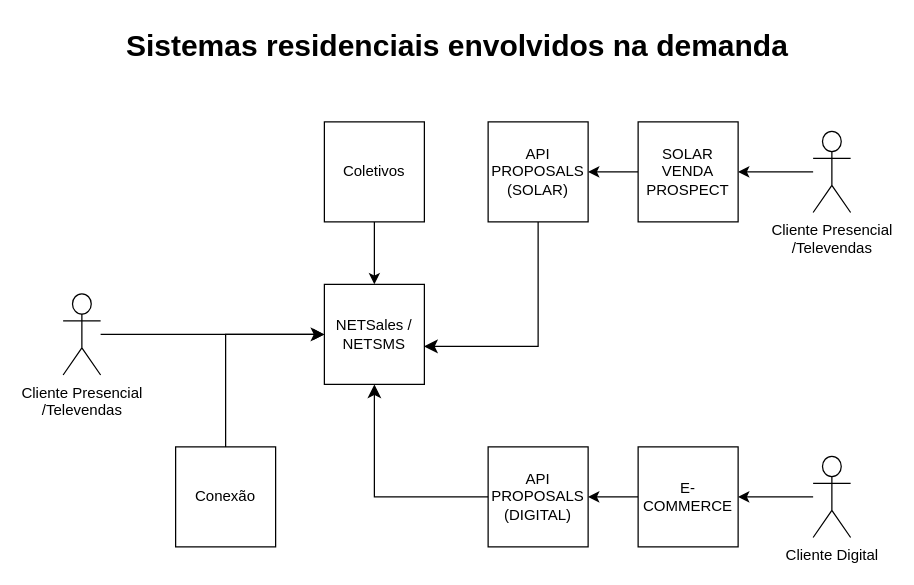
This is page "Sistemas Alto Nível" (1 of 6) of 5GSA.drawio from samirali/ClaroBrasil, a draw.io file, before an edit. Source tidied: cells renumbered, new cells numbered last; positions are measured from the earlier drawing's top-left corner, leaving out a move shared by most shapes. Both pictures are drawn from the tidied source at 125%, with x=0, y=0 at pixel (62, 21).
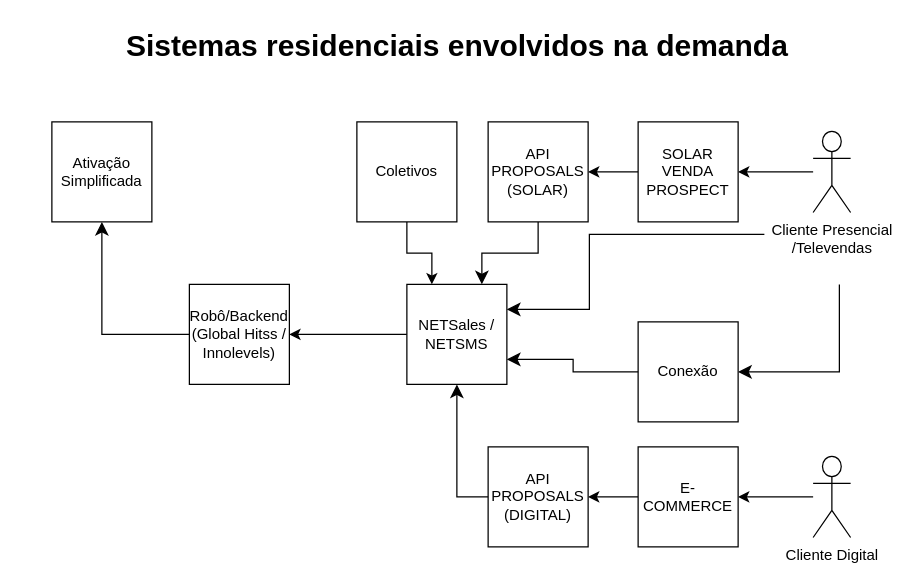
Above is the later version.

Unchanged cells that the change refers to:
```xml
<mxCell id="7" value="API PROPOSALS (SOLAR)" style="whiteSpace=wrap;html=1;" parent="1" vertex="1">
  <mxGeometry x="340" y="80" width="80" height="80" as="geometry" />
</mxCell>
<mxCell id="11" value="API PROPOSALS (DIGITAL)" style="whiteSpace=wrap;html=1;" parent="1" vertex="1">
  <mxGeometry x="340" y="340" width="80" height="80" as="geometry" />
</mxCell>
```

Change to the diagram source:
```diff
@@
+    <mxCell id="22" style="edgeStyle=orthogonalEdgeStyle;rounded=0;jettySize=auto;html=1;entryX=1;entryY=0.5;entryDx=0;entryDy=0;" parent="1" edge="1" source="2" target="24">
+      <mxGeometry relative="1" as="geometry" />
+    </mxCell>
     <mxCell id="2" value="NETSales / &lt;br&gt;NETSMS" style="whiteSpace=wrap;html=1;" parent="1" vertex="1">
-      <mxGeometry x="209" y="210" width="80" height="80" as="geometry" />
+      <mxGeometry x="275" y="210" width="80" height="80" as="geometry" />
     </mxCell>
-    <mxCell id="3" style="edgeStyle=orthogonalEdgeStyle;rounded=0;jettySize=auto;html=1;" parent="1" edge="1" source="4" target="2">
-      <mxGeometry relative="1" as="geometry" />
-    </mxCell>
-    <mxCell id="4" value="Cliente Presencial&lt;br&gt;/Televendas" style="shape=umlActor;verticalLabelPosition=bottom;verticalAlign=top;html=1;" parent="1" vertex="1">
-      <mxGeometry y="217.5" width="30" height="65" as="geometry" />
-    </mxCell>
-    <mxCell id="5" style="edgeStyle=orthogonalEdgeStyle;rounded=0;jettySize=auto;html=1;" parent="1" edge="1" source="6" target="2">
+    <mxCell id="5" style="edgeStyle=orthogonalEdgeStyle;rounded=0;jettySize=auto;html=1;entryX=0.25;entryY=0;entryDx=0;entryDy=0;" parent="1" edge="1" source="6" target="2">
       <mxGeometry relative="1" as="geometry" />
     </mxCell>
     <mxCell id="6" value="Coletivos" style="whiteSpace=wrap;html=1;" parent="1" vertex="1">
-      <mxGeometry x="209" y="80" width="80" height="80" as="geometry" />
+      <mxGeometry x="235" y="80" width="80" height="80" as="geometry" />
     </mxCell>
@@
-    <mxCell id="8" style="edgeStyle=elbowEdgeStyle;elbow=horizontal;endArrow=classic;html=1;curved=0;rounded=0;endSize=8;startSize=8;exitX=0.5;exitY=1;exitDx=0;exitDy=0;entryX=0.997;entryY=0.62;entryDx=0;entryDy=0;entryPerimeter=0;" parent="1" edge="1" source="7" target="2">
-      <mxGeometry relative="1" as="geometry">
-        <Array as="points">
-          <mxPoint x="380" y="210" />
-        </Array>
-      </mxGeometry>
-    </mxCell>
@@
-    <mxCell id="14" style="edgeStyle=elbowEdgeStyle;elbow=horizontal;endArrow=classic;html=1;curved=0;rounded=0;endSize=8;startSize=8;exitX=0;exitY=0.5;exitDx=0;exitDy=0;entryX=0.5;entryY=1;entryDx=0;entryDy=0;" parent="1" edge="1" source="11" target="2">
-      <mxGeometry relative="1" as="geometry">
-        <Array as="points">
-          <mxPoint x="249" y="340" />
-        </Array>
-      </mxGeometry>
-    </mxCell>
@@
     <mxCell id="19" value="Conexão" style="whiteSpace=wrap;html=1;" parent="1" vertex="1">
-      <mxGeometry x="90" y="340" width="80" height="80" as="geometry" />
+      <mxGeometry x="460" y="240" width="80" height="80" as="geometry" />
     </mxCell>
+    <mxCell id="21" value="Sistemas residenciais envolvidos na demanda" style="text;strokeColor=none;fillColor=none;html=1;fontSize=24;fontStyle=1;verticalAlign=middle;align=center;" parent="1" vertex="1">
+      <mxGeometry x="265" width="100" height="40" as="geometry" />
+    </mxCell>
+    <mxCell id="23" style="edgeStyle=elbowEdgeStyle;elbow=horizontal;endArrow=classic;html=1;curved=0;rounded=0;endSize=8;startSize=8;entryX=1;entryY=0.5;entryDx=0;entryDy=0;" parent="1" edge="1" target="19">
+      <mxGeometry relative="1" as="geometry">
+        <mxPoint x="621" y="210" as="sourcePoint" />
+        <Array as="points">
+          <mxPoint x="621" y="250" />
+        </Array>
+      </mxGeometry>
+    </mxCell>
+    <mxCell id="24" value="Robô/Backend (Global Hitss / Innolevels)" style="whiteSpace=wrap;html=1;" parent="1" vertex="1">
+      <mxGeometry x="101" y="210" width="80" height="80" as="geometry" />
+    </mxCell>
+    <mxCell id="25" value="Ativação Simplificada" style="whiteSpace=wrap;html=1;" parent="1" vertex="1">
+      <mxGeometry x="-9" y="80" width="80" height="80" as="geometry" />
+    </mxCell>
+    <mxCell id="26" style="edgeStyle=elbowEdgeStyle;elbow=vertical;endArrow=classic;html=1;curved=0;rounded=0;endSize=8;startSize=8;exitX=0;exitY=0.5;exitDx=0;exitDy=0;entryX=0.5;entryY=1;entryDx=0;entryDy=0;" parent="1" edge="1" source="24" target="25">
+      <mxGeometry relative="1" as="geometry">
+        <Array as="points">
+          <mxPoint x="61" y="250" />
+        </Array>
+      </mxGeometry>
+    </mxCell>
+    <mxCell id="14" style="edgeStyle=segmentEdgeStyle;endArrow=classic;html=1;curved=0;rounded=0;endSize=8;startSize=8;exitX=0;exitY=0.5;exitDx=0;exitDy=0;entryX=0.5;entryY=1;entryDx=0;entryDy=0;" parent="1" edge="1" source="11" target="2">
+      <mxGeometry relative="1" as="geometry" />
+    </mxCell>
+    <mxCell id="8" style="edgeStyle=elbowEdgeStyle;elbow=vertical;endArrow=classic;html=1;curved=0;rounded=0;endSize=8;startSize=8;entryX=0.75;entryY=0;entryDx=0;entryDy=0;exitX=0.5;exitY=1;exitDx=0;exitDy=0;" parent="1" edge="1" source="7" target="2">
+      <mxGeometry relative="1" as="geometry" />
+    </mxCell>
-    <mxCell id="20" style="edgeStyle=elbowEdgeStyle;elbow=horizontal;endArrow=classic;html=1;curved=0;rounded=0;endSize=8;startSize=8;exitX=0.5;exitY=0;exitDx=0;exitDy=0;entryX=0;entryY=0.5;entryDx=0;entryDy=0;" parent="1" edge="1" source="19" target="2">
-      <mxGeometry relative="1" as="geometry">
-        <Array as="points">
-          <mxPoint x="130" y="290" />
-        </Array>
-      </mxGeometry>
+    <mxCell id="20" style="edgeStyle=elbowEdgeStyle;elbow=horizontal;endArrow=classic;html=1;curved=0;rounded=0;endSize=8;startSize=8;exitX=0;exitY=0.5;exitDx=0;exitDy=0;entryX=1;entryY=0.75;entryDx=0;entryDy=0;" parent="1" edge="1" source="19" target="2">
+      <mxGeometry relative="1" as="geometry" />
     </mxCell>
-    <mxCell id="21" value="Sistemas residenciais envolvidos na demanda" style="text;strokeColor=none;fillColor=none;html=1;fontSize=24;fontStyle=1;verticalAlign=middle;align=center;" parent="1" vertex="1">
-      <mxGeometry x="265" width="100" height="40" as="geometry" />
-    </mxCell>
+    <mxCell id="27" style="edgeStyle=elbowEdgeStyle;elbow=horizontal;endArrow=classic;html=1;curved=0;rounded=0;endSize=8;startSize=8;entryX=1;entryY=0.25;entryDx=0;entryDy=0;" parent="1" edge="1" target="2">
+      <mxGeometry relative="1" as="geometry">
+        <mxPoint x="561" y="170" as="sourcePoint" />
+        <Array as="points">
+          <mxPoint x="421" y="200" />
+        </Array>
+      </mxGeometry>
+    </mxCell>
```
